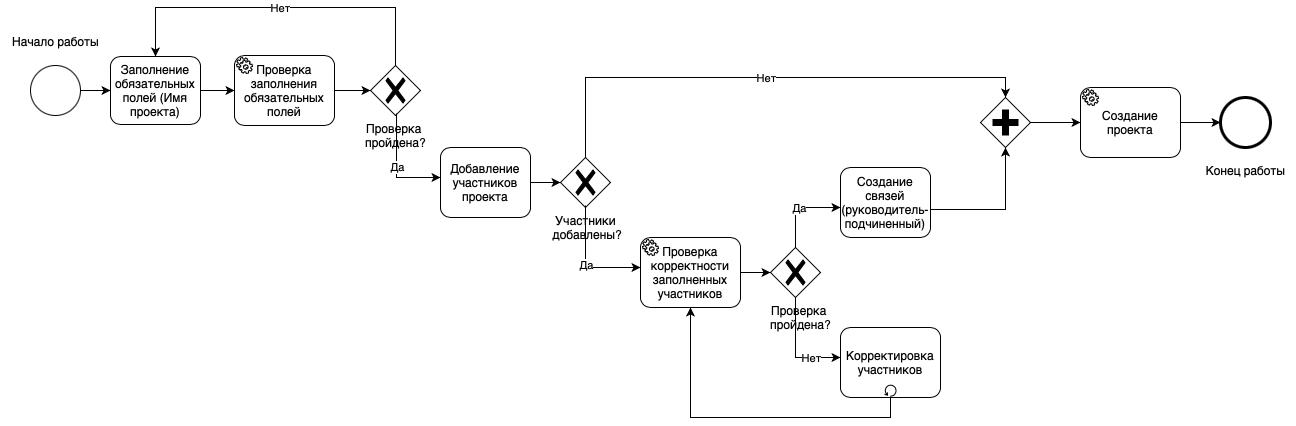
Before: images/NewProject.png, a diagram exported from draw.io (DibrovDru/Architecture.1). Source tidied: cells renumbered, new cells last; positions are measured from the earlier drawing's top-left corner, leaving out a move shared by most shapes.
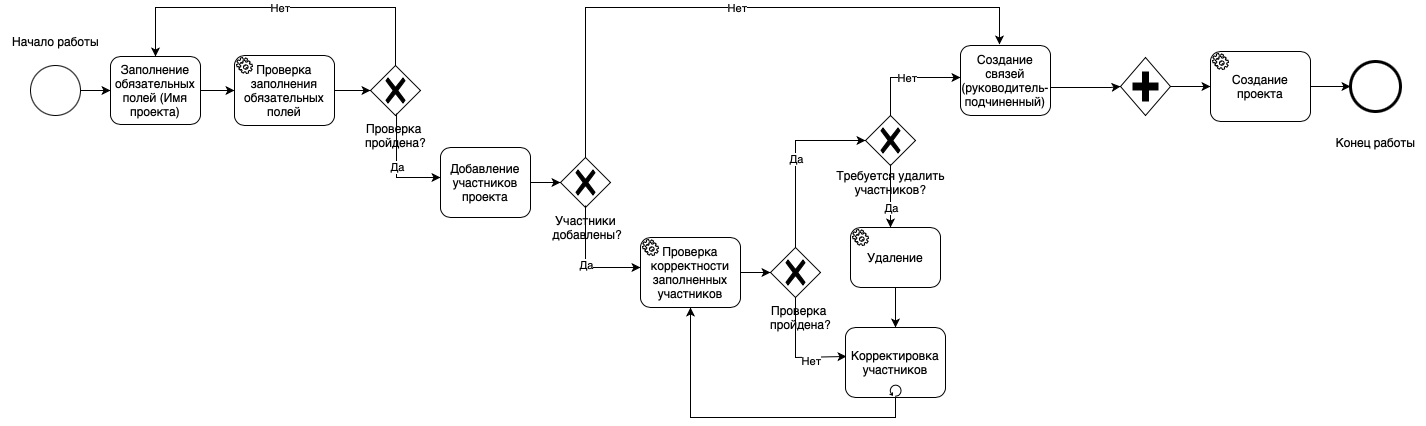
Later version of the same file.

The edit, as a diff of the source:
```diff
@@ -63,11 +63,11 @@
     <mxCell id="18" value="Участники&lt;br&gt;&amp;nbsp;добавлены?" style="text;html=1;align=center;verticalAlign=middle;points=[];strokeColor=none;fillColor=none;" parent="1" vertex="1">
       <mxGeometry x="535" y="200" width="100" height="40" as="geometry" />
     </mxCell>
-    <mxCell id="19" style="endArrow=classic;html=1;rounded=0;exitX=0.5;exitY=0;exitDx=0;exitDy=0;exitPerimeter=0;entryX=0.5;entryY=0;entryDx=0;entryDy=0;entryPerimeter=0;" parent="1" edge="1" source="17" target="36">
+    <mxCell id="19" style="endArrow=classic;html=1;rounded=0;exitX=0.5;exitY=0;exitDx=0;exitDy=0;exitPerimeter=0;entryX=0.433;entryY=-0.014;entryDx=0;entryDy=0;entryPerimeter=0;" parent="1" edge="1" source="17" target="35">
       <mxGeometry relative="1" as="geometry">
         <Array as="points">
-          <mxPoint x="585" y="70" />
-          <mxPoint x="1005" y="70" />
+          <mxPoint x="585" />
+          <mxPoint x="999" />
         </Array>
       </mxGeometry>
     </mxCell>
@@ -85,12 +85,6 @@
     <mxCell id="22" value="Да" style="edgeLabel;html=1;align=center;verticalAlign=middle;" parent="21" vertex="1">
       <mxGeometry relative="1" as="geometry" />
     </mxCell>
-    <mxCell id="23" style="edgeStyle=orthogonalEdgeStyle;rounded=0;jettySize=auto;html=1;" parent="1" edge="1" source="24" target="39">
-      <mxGeometry relative="1" as="geometry" />
-    </mxCell>
-    <mxCell id="24" value="Создание проекта" style="points=[[0.25,0,0],[0.5,0,0],[0.75,0,0],[1,0.25,0],[1,0.5,0],[1,0.75,0],[0.75,1,0],[0.5,1,0],[0.25,1,0],[0,0.75,0],[0,0.5,0],[0,0.25,0]];shape=mxgraph.bpmn.task;whiteSpace=wrap;rectStyle=rounded;size=10;html=1;taskMarker=service;" parent="1" vertex="1">
-      <mxGeometry x="1080" y="80" width="100" height="70" as="geometry" />
-    </mxCell>
     <mxCell id="25" style="edgeStyle=orthogonalEdgeStyle;rounded=0;jettySize=auto;html=1;" parent="1" edge="1" source="26" target="27">
       <mxGeometry relative="1" as="geometry" />
     </mxCell>
@@ -103,10 +97,9 @@
     <mxCell id="28" value="Проверка &lt;br&gt;пройдена?" style="text;html=1;align=center;verticalAlign=middle;strokeColor=none;fillColor=none;" parent="1" vertex="1">
       <mxGeometry x="760" y="290" width="80" height="40" as="geometry" />
     </mxCell>
-    <mxCell id="29" style="endArrow=classic;html=1;rounded=0;" parent="1" edge="1">
+    <mxCell id="29" style="endArrow=classic;html=1;rounded=0;entryX=0.01;entryY=0.414;entryDx=0;entryDy=0;entryPerimeter=0;" parent="1" edge="1" target="31">
       <mxGeometry relative="1" as="geometry">
         <mxPoint x="795" y="290" as="sourcePoint" />
-        <mxPoint x="840" y="350" as="targetPoint" />
         <Array as="points">
           <mxPoint x="795" y="350" />
         </Array>
@@ -118,48 +111,86 @@
       </mxGeometry>
     </mxCell>
     <mxCell id="31" value="Корректировка участников" style="points=[[0.25,0,0],[0.5,0,0],[0.75,0,0],[1,0.25,0],[1,0.5,0],[1,0.75,0],[0.75,1,0],[0.5,1,0],[0.25,1,0],[0,0.75,0],[0,0.5,0],[0,0.25,0]];shape=mxgraph.bpmn.task;whiteSpace=wrap;rectStyle=rounded;size=10;html=1;taskMarker=abstract;isLoopStandard=1;" parent="1" vertex="1">
-      <mxGeometry x="840" y="320" width="100" height="70" as="geometry" />
+      <mxGeometry x="845" y="320" width="100" height="70" as="geometry" />
     </mxCell>
     <mxCell id="32" style="endArrow=classic;html=1;rounded=0;exitX=0.5;exitY=1;exitDx=0;exitDy=0;exitPerimeter=0;entryX=0.5;entryY=1;entryDx=0;entryDy=0;entryPerimeter=0;" parent="1" edge="1" source="31" target="26">
       <mxGeometry relative="1" as="geometry">
         <Array as="points">
-          <mxPoint x="890" y="410" />
+          <mxPoint x="895" y="410" />
           <mxPoint x="690" y="410" />
         </Array>
       </mxGeometry>
     </mxCell>
-    <mxCell id="33" style="endArrow=classic;html=1;rounded=0;exitX=0.5;exitY=0;exitDx=0;exitDy=0;exitPerimeter=0;" parent="1" edge="1" source="27">
+    <mxCell id="33" style="endArrow=classic;html=1;rounded=0;exitX=0.5;exitY=0;exitDx=0;exitDy=0;exitPerimeter=0;entryX=0;entryY=0.5;entryDx=0;entryDy=0;entryPerimeter=0;" parent="1" edge="1" source="27" target="46">
       <mxGeometry relative="1" as="geometry">
-        <mxPoint x="840" y="200" as="targetPoint" />
         <Array as="points">
-          <mxPoint x="795" y="200" />
+          <mxPoint x="795" y="133" />
         </Array>
       </mxGeometry>
     </mxCell>
     <mxCell id="34" value="Да" style="edgeLabel;html=1;align=center;verticalAlign=middle;" parent="33" vertex="1">
       <mxGeometry relative="1" as="geometry" />
     </mxCell>
+    <mxCell id="41" style="edgeStyle=orthogonalEdgeStyle;rounded=0;jettySize=auto;html=1;" parent="1" edge="1" source="24" target="45">
+      <mxGeometry relative="1" as="geometry" />
+    </mxCell>
+    <mxCell id="24" value="Создание проекта" style="points=[[0.25,0,0],[0.5,0,0],[0.75,0,0],[1,0.25,0],[1,0.5,0],[1,0.75,0],[0.75,1,0],[0.5,1,0],[0.25,1,0],[0,0.75,0],[0,0.5,0],[0,0.25,0]];shape=mxgraph.bpmn.task;whiteSpace=wrap;rectStyle=rounded;size=10;html=1;taskMarker=service;" parent="1" vertex="1">
+      <mxGeometry x="1210" y="44" width="100" height="70" as="geometry" />
+    </mxCell>
     <mxCell id="35" value="Создание связей (руководитель-подчиненный)" style="points=[[0.25,0,0],[0.5,0,0],[0.75,0,0],[1,0.25,0],[1,0.5,0],[1,0.75,0],[0.75,1,0],[0.5,1,0],[0.25,1,0],[0,0.75,0],[0,0.5,0],[0,0.25,0]];shape=mxgraph.bpmn.task;whiteSpace=wrap;rectStyle=rounded;size=10;html=1;taskMarker=abstract;" parent="1" vertex="1">
-      <mxGeometry x="840" y="160" width="90" height="70" as="geometry" />
+      <mxGeometry x="960" y="38" width="90" height="70" as="geometry" />
     </mxCell>
-    <mxCell id="36" style="points=[[0.25,0.25,0],[0.5,0,0],[0.75,0.25,0],[1,0.5,0],[0.75,0.75,0],[0.5,1,0],[0.25,0.75,0],[0,0.5,0]];shape=mxgraph.bpmn.gateway2;html=1;verticalLabelPosition=bottom;labelBackgroundColor=#ffffff;verticalAlign=top;align=center;perimeter=rhombusPerimeter;outlineConnect=0;outline=none;symbol=none;gwType=parallel;" parent="1" vertex="1">
-      <mxGeometry x="980" y="90" width="50" height="50" as="geometry" />
-    </mxCell>
-    <mxCell id="37" style="endArrow=classic;html=1;rounded=0;exitX=1;exitY=0.6;exitDx=0;exitDy=0;exitPerimeter=0;entryX=0.5;entryY=1;entryDx=0;entryDy=0;entryPerimeter=0;" parent="1" edge="1" source="35" target="36">
-      <mxGeometry relative="1" as="geometry">
-        <Array as="points">
-          <mxPoint x="1005" y="202" />
-        </Array>
-      </mxGeometry>
-    </mxCell>
-    <mxCell id="38" style="endArrow=classic;html=1;rounded=0;exitX=1;exitY=0.5;exitDx=0;exitDy=0;exitPerimeter=0;entryX=0;entryY=0.5;entryDx=0;entryDy=0;entryPerimeter=0;" parent="1" edge="1" source="36" target="24">
-      <mxGeometry relative="1" as="geometry" />
-    </mxCell>
-    <mxCell id="39" style="points=[[0.145,0.145,0],[0.5,0,0],[0.855,0.145,0],[1,0.5,0],[0.855,0.855,0],[0.5,1,0],[0.145,0.855,0],[0,0.5,0]];shape=mxgraph.bpmn.event;html=1;verticalLabelPosition=bottom;labelBackgroundColor=#ffffff;verticalAlign=top;align=center;perimeter=ellipsePerimeter;outlineConnect=0;outline=end;symbol=terminate2;" parent="1" vertex="1">
-      <mxGeometry x="1220" y="90" width="50" height="50" as="geometry" />
-    </mxCell>
+    <mxCell id="42" style="points=[[0.25,0.25,0],[0.5,0,0],[0.75,0.25,0],[1,0.5,0],[0.75,0.75,0],[0.5,1,0],[0.25,0.75,0],[0,0.5,0]];shape=mxgraph.bpmn.gateway2;html=1;verticalLabelPosition=bottom;labelBackgroundColor=#ffffff;verticalAlign=top;align=center;perimeter=rhombusPerimeter;outlineConnect=0;outline=none;symbol=none;gwType=parallel;" parent="1" vertex="1">
+      <mxGeometry x="1120" y="50" width="50" height="58" as="geometry" />
+    </mxCell>
+    <mxCell id="43" style="endArrow=classic;html=1;rounded=0;exitX=1;exitY=0.6;exitDx=0;exitDy=0;exitPerimeter=0;entryX=0;entryY=0.5;entryDx=0;entryDy=0;entryPerimeter=0;" parent="1" edge="1" source="35" target="42">
+      <mxGeometry relative="1" as="geometry">
+        <Array as="points">
+          <mxPoint x="1110" y="80" />
+        </Array>
+      </mxGeometry>
+    </mxCell>
+    <mxCell id="44" style="endArrow=classic;html=1;rounded=0;exitX=1;exitY=0.5;exitDx=0;exitDy=0;exitPerimeter=0;entryX=0;entryY=0.5;entryDx=0;entryDy=0;entryPerimeter=0;" parent="1" edge="1" source="42" target="24">
+      <mxGeometry relative="1" as="geometry" />
+    </mxCell>
+    <mxCell id="45" style="points=[[0.145,0.145,0],[0.5,0,0],[0.855,0.145,0],[1,0.5,0],[0.855,0.855,0],[0.5,1,0],[0.145,0.855,0],[0,0.5,0]];shape=mxgraph.bpmn.event;html=1;verticalLabelPosition=bottom;labelBackgroundColor=#ffffff;verticalAlign=top;align=center;perimeter=ellipsePerimeter;outlineConnect=0;outline=end;symbol=terminate2;" parent="1" vertex="1">
+      <mxGeometry x="1350" y="54" width="50" height="50" as="geometry" />
+    </mxCell>
     <mxCell id="40" value="Конец работы" style="text;html=1;align=center;verticalAlign=middle;strokeColor=none;fillColor=none;" parent="1" vertex="1">
-      <mxGeometry x="1195" y="148" width="100" height="30" as="geometry" />
+      <mxGeometry x="1325" y="120" width="100" height="30" as="geometry" />
     </mxCell>
+    <mxCell id="46" style="points=[[0.25,0.25,0],[0.5,0,0],[0.75,0.25,0],[1,0.5,0],[0.75,0.75,0],[0.5,1,0],[0.25,0.75,0],[0,0.5,0]];shape=mxgraph.bpmn.gateway2;html=1;verticalLabelPosition=bottom;labelBackgroundColor=#ffffff;verticalAlign=top;align=center;perimeter=rhombusPerimeter;outlineConnect=0;outline=none;symbol=none;gwType=exclusive;" parent="1" vertex="1">
+      <mxGeometry x="865" y="108" width="50" height="50" as="geometry" />
+    </mxCell>
+    <mxCell id="47" value="Требуется удалить&lt;br&gt;участников?" style="text;html=1;align=center;verticalAlign=middle;points=[];strokeColor=none;fillColor=none;" parent="1" vertex="1">
+      <mxGeometry x="825" y="155" width="130" height="40" as="geometry" />
+    </mxCell>
+    <mxCell id="48" style="endArrow=classic;html=1;rounded=0;exitX=0.5;exitY=0.05;exitDx=0;exitDy=0;exitPerimeter=0;" parent="1" edge="1" source="47">
+      <mxGeometry relative="1" as="geometry">
+        <mxPoint x="890" y="220" as="targetPoint" />
+      </mxGeometry>
+    </mxCell>
+    <mxCell id="49" value="Да" style="edgeLabel;html=1;align=center;verticalAlign=middle;" parent="48" vertex="1">
+      <mxGeometry relative="1" as="geometry">
+        <mxPoint y="11" as="offset" />
+      </mxGeometry>
+    </mxCell>
+    <mxCell id="50" value="Удаление" style="points=[[0.25,0,0],[0.5,0,0],[0.75,0,0],[1,0.25,0],[1,0.5,0],[1,0.75,0],[0.75,1,0],[0.5,1,0],[0.25,1,0],[0,0.75,0],[0,0.5,0],[0,0.25,0]];shape=mxgraph.bpmn.task;whiteSpace=wrap;rectStyle=rounded;size=10;html=1;taskMarker=service;" parent="1" vertex="1">
+      <mxGeometry x="850" y="220" width="90" height="60" as="geometry" />
+    </mxCell>
+    <mxCell id="51" style="endArrow=classic;html=1;rounded=0;exitX=0.5;exitY=1;exitDx=0;exitDy=0;exitPerimeter=0;entryX=0.5;entryY=0;entryDx=0;entryDy=0;entryPerimeter=0;" parent="1" edge="1" source="50" target="31">
+      <mxGeometry relative="1" as="geometry" />
+    </mxCell>
+    <mxCell id="52" style="endArrow=classic;html=1;rounded=0;exitX=0.5;exitY=0;exitDx=0;exitDy=0;exitPerimeter=0;" parent="1" edge="1" source="46">
+      <mxGeometry relative="1" as="geometry">
+        <mxPoint x="960" y="70" as="targetPoint" />
+        <Array as="points">
+          <mxPoint x="890" y="70" />
+        </Array>
+      </mxGeometry>
+    </mxCell>
+    <mxCell id="53" value="Нет" style="edgeLabel;html=1;align=center;verticalAlign=middle;" parent="52" vertex="1">
+      <mxGeometry relative="1" as="geometry" />
+    </mxCell>
   </root>
 </mxGraphModel>
```
